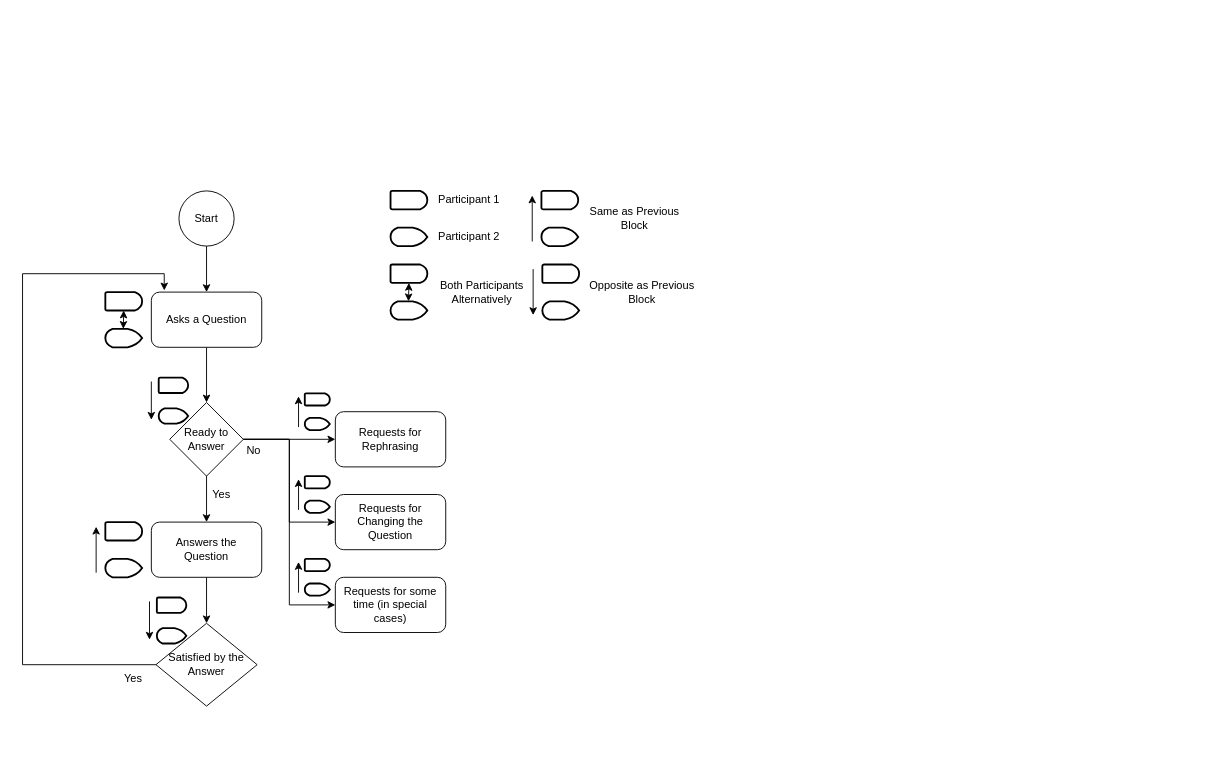
Above: Untitled Diagram.drawio in Tanmay53/shastrarth (draw.io), before the change. Source tidied: cells renumbered, new cells numbered last; positions are measured from the earlier drawing's top-left corner, leaving out a move shared by most shapes. Both pictures are drawn from the tidied source at 92%, with x=0, y=0 at pixel (22, 186).
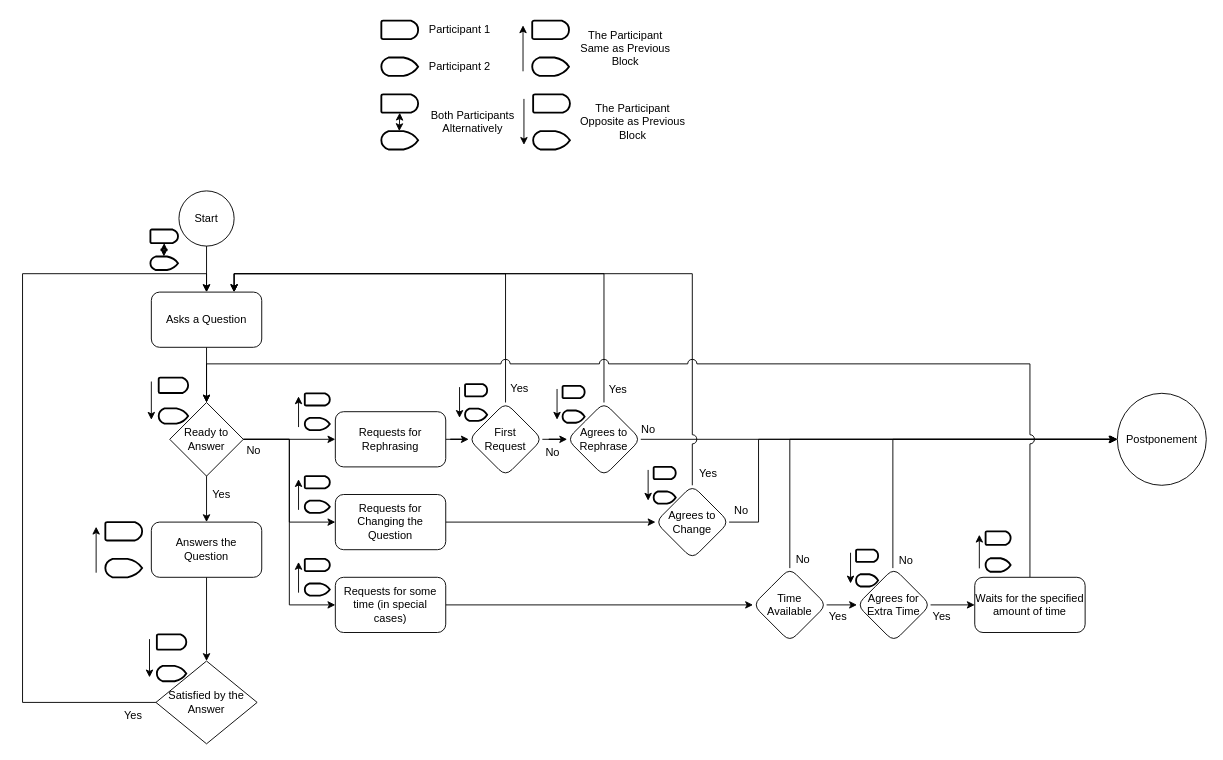
Above is the later version.

Commit message:
Ready To Answer (No) Case Handled till Postponement in Flowchart

Unchanged cells that the change refers to:
```xml
<mxCell id="10" value="Asks a Question" style="rounded=1;whiteSpace=wrap;html=1;" parent="1" vertex="1">
  <mxGeometry x="140" y="115" width="120" height="60" as="geometry" />
</mxCell>
<mxCell id="23" value="Ready to Answer" style="rhombus;whiteSpace=wrap;html=1;" parent="1" vertex="1">
  <mxGeometry x="160" y="235" width="80" height="80" as="geometry" />
</mxCell>
<mxCell id="52" value="Requests for Rephrasing" style="rounded=1;whiteSpace=wrap;html=1;" parent="1" vertex="1">
  <mxGeometry x="340" y="245" width="120" height="60" as="geometry" />
</mxCell>
<mxCell id="54" value="Requests for Changing the Question" style="rounded=1;whiteSpace=wrap;html=1;" parent="1" vertex="1">
  <mxGeometry x="340" y="335" width="120" height="60" as="geometry" />
</mxCell>
<mxCell id="55" value="Requests for some time (in special cases)" style="rounded=1;whiteSpace=wrap;html=1;" parent="1" vertex="1">
  <mxGeometry x="340" y="425" width="120" height="60" as="geometry" />
</mxCell>
```

Change to the diagram source:
```diff
@@
     <mxCell id="4" style="strokeWidth=2;html=1;shape=mxgraph.flowchart.delay;whiteSpace=wrap;" parent="1" vertex="1">
-      <mxGeometry x="400" y="5" width="40" height="20" as="geometry" />
+      <mxGeometry x="390" y="-180" width="40" height="20" as="geometry" />
     </mxCell>
     <mxCell id="5" value="Participant 1" style="text;html=1;align=center;verticalAlign=middle;strokeColor=none;fillColor=none;" parent="1" vertex="1">
-      <mxGeometry x="440" width="90" height="30" as="geometry" />
+      <mxGeometry x="430" y="-185" width="90" height="30" as="geometry" />
     </mxCell>
     <mxCell id="6" style="strokeWidth=2;html=1;shape=mxgraph.flowchart.display;whiteSpace=wrap;rotation=-180;" parent="1" vertex="1">
-      <mxGeometry x="400" y="45" width="40" height="20" as="geometry" />
+      <mxGeometry x="390" y="-140" width="40" height="20" as="geometry" />
     </mxCell>
     <mxCell id="7" value="Participant 2" style="text;html=1;align=center;verticalAlign=middle;strokeColor=none;fillColor=none;" parent="1" vertex="1">
-      <mxGeometry x="440" y="40" width="90" height="30" as="geometry" />
+      <mxGeometry x="430" y="-145" width="90" height="30" as="geometry" />
     </mxCell>
@@
     <mxCell id="11" style="group;" parent="1" vertex="1">
-      <mxGeometry x="400" y="85" width="40" height="60" as="geometry" />
+      <mxGeometry x="390" y="-100" width="40" height="60" as="geometry" />
     </mxCell>
@@
     <mxCell id="15" value="Both Participants &lt;br&gt;Alternatively" style="text;html=1;align=center;verticalAlign=middle;strokeColor=none;fillColor=none;" parent="1" vertex="1">
-      <mxGeometry x="444" y="95" width="110" height="40" as="geometry" />
+      <mxGeometry x="434" y="-90" width="110" height="40" as="geometry" />
     </mxCell>
     <mxCell id="16" style="group;" parent="1" vertex="1">
-      <mxGeometry x="90" y="115" width="40" height="60" as="geometry" />
+      <mxGeometry x="139" y="47" width="30" height="44" as="geometry" />
     </mxCell>
     <mxCell id="17" style="strokeWidth=2;html=1;shape=mxgraph.flowchart.delay;whiteSpace=wrap;" parent="16" vertex="1">
-      <mxGeometry width="40" height="20" as="geometry" />
+      <mxGeometry width="30" height="14.7" as="geometry" />
     </mxCell>
     <mxCell id="18" style="strokeWidth=2;html=1;shape=mxgraph.flowchart.display;whiteSpace=wrap;rotation=-180;" parent="16" vertex="1">
-      <mxGeometry y="40" width="40" height="20" as="geometry" />
+      <mxGeometry y="29.3" width="30" height="14.7" as="geometry" />
     </mxCell>
     <mxCell id="19" style="endArrow=classic;startArrow=classic;html=1;rounded=0;" parent="16" edge="1">
       <mxGeometry relative="1" as="geometry">
-        <mxPoint x="19.5" y="40" as="sourcePoint" />
-        <mxPoint x="20" y="20" as="targetPoint" />
+        <mxPoint x="14.6" y="29.3" as="sourcePoint" />
+        <mxPoint x="15" y="14.7" as="targetPoint" />
       </mxGeometry>
     </mxCell>
@@
-    <mxCell id="28" value="Same as Previous&lt;br&gt;Block" style="text;html=1;align=center;verticalAlign=middle;strokeColor=none;fillColor=none;" parent="1" vertex="1">
-      <mxGeometry x="605" y="15" width="120" height="40" as="geometry" />
+    <mxCell id="28" value="The Participant &lt;br&gt;Same as Previous&lt;br&gt;Block" style="text;html=1;align=center;verticalAlign=middle;strokeColor=none;fillColor=none;" parent="1" vertex="1">
+      <mxGeometry x="595" y="-180" width="120" height="60" as="geometry" />
     </mxCell>
     <mxCell id="29" style="group;" parent="1" vertex="1">
-      <mxGeometry x="554" y="5" width="50" height="60" as="geometry" />
+      <mxGeometry x="544" y="-180" width="50" height="60" as="geometry" />
     </mxCell>
@@
-    <mxCell id="33" value="Opposite as Previous&lt;br&gt;Block" style="text;html=1;align=center;verticalAlign=middle;strokeColor=none;fillColor=none;" parent="1" vertex="1">
-      <mxGeometry x="603" y="95" width="140" height="40" as="geometry" />
+    <mxCell id="33" value="The Participant &lt;br&gt;Opposite as Previous&lt;br&gt;Block" style="text;html=1;align=center;verticalAlign=middle;strokeColor=none;fillColor=none;" parent="1" vertex="1">
+      <mxGeometry x="593" y="-100" width="140" height="60" as="geometry" />
     </mxCell>
     <mxCell id="34" style="group;" parent="1" vertex="1">
-      <mxGeometry x="555" y="85" width="50" height="60" as="geometry" />
+      <mxGeometry x="545" y="-100" width="50" height="60" as="geometry" />
     </mxCell>
@@
-    <mxCell id="45" style="edgeStyle=orthogonalEdgeStyle;rounded=0;jettySize=auto;html=1;entryX=0.117;entryY=-0.03;entryDx=0;entryDy=0;entryPerimeter=0;" parent="1" edge="1" source="46" target="10">
+    <mxCell id="45" style="edgeStyle=orthogonalEdgeStyle;rounded=0;jettySize=auto;html=1;entryX=0.5;entryY=0;entryDx=0;entryDy=0;exitX=0;exitY=0.5;exitDx=0;exitDy=0;" parent="1" edge="1" source="46" target="10">
       <mxGeometry relative="1" as="geometry">
         <Array as="points">
-          <mxPoint y="520" />
+          <mxPoint y="561" />
           <mxPoint y="95" />
-          <mxPoint x="154" y="95" />
+          <mxPoint x="200" y="95" />
         </Array>
       </mxGeometry>
     </mxCell>
     <mxCell id="46" value="Satisfied by the Answer" style="rhombus;whiteSpace=wrap;html=1;" parent="1" vertex="1">
-      <mxGeometry x="145" y="475" width="110" height="90" as="geometry" />
+      <mxGeometry x="145" y="516" width="110" height="90" as="geometry" />
     </mxCell>
     <mxCell id="47" style="group;" parent="1" vertex="1">
-      <mxGeometry x="138" y="447" width="40" height="50" as="geometry" />
+      <mxGeometry x="138" y="487" width="40" height="50" as="geometry" />
     </mxCell>
@@
     <mxCell id="49" style="strokeWidth=2;html=1;shape=mxgraph.flowchart.display;whiteSpace=wrap;rotation=-180;" parent="47" vertex="1">
-      <mxGeometry x="8" y="33.3" width="32" height="16.7" as="geometry" />
+      <mxGeometry x="8" y="34.3" width="32" height="16.7" as="geometry" />
     </mxCell>
     <mxCell id="50" style="endArrow=classic;html=1;rounded=0;" parent="47" edge="1">
       <mxGeometry relative="1" as="geometry">
-        <mxPoint y="4.2" as="sourcePoint" />
-        <mxPoint y="45.8" as="targetPoint" />
+        <mxPoint y="5.2" as="sourcePoint" />
+        <mxPoint y="46.8" as="targetPoint" />
       </mxGeometry>
     </mxCell>
     <mxCell id="51" value="Yes" style="text;html=1;align=center;verticalAlign=middle;strokeColor=none;fillColor=none;" parent="1" vertex="1">
-      <mxGeometry x="100" y="520" width="40" height="30" as="geometry" />
+      <mxGeometry x="100" y="561" width="40" height="30" as="geometry" />
     </mxCell>
+    <mxCell id="69" style="edgeStyle=orthogonalEdgeStyle;rounded=0;jettySize=auto;html=1;" parent="1" edge="1" source="52" target="74">
+      <mxGeometry relative="1" as="geometry" />
+    </mxCell>
@@
+    <mxCell id="70" style="edgeStyle=orthogonalEdgeStyle;rounded=0;jettySize=auto;html=1;" parent="1" edge="1" source="54" target="92">
+      <mxGeometry relative="1" as="geometry" />
+    </mxCell>
@@
+    <mxCell id="71" style="edgeStyle=elbowEdgeStyle;rounded=0;jumpStyle=arc;jettySize=auto;html=1;" parent="1" edge="1" source="55" target="102">
+      <mxGeometry relative="1" as="geometry" />
+    </mxCell>
@@
+    <mxCell id="72" style="edgeStyle=orthogonalEdgeStyle;rounded=0;jettySize=auto;html=1;entryX=0.75;entryY=0;entryDx=0;entryDy=0;exitX=0.5;exitY=0;exitDx=0;exitDy=0;" parent="1" edge="1" source="74" target="10">
+      <mxGeometry relative="1" as="geometry">
+        <Array as="points">
+          <mxPoint x="525" y="95" />
+          <mxPoint x="230" y="95" />
+        </Array>
+      </mxGeometry>
+    </mxCell>
+    <mxCell id="73" style="edgeStyle=orthogonalEdgeStyle;rounded=0;jettySize=auto;html=1;" parent="1" edge="1" source="74" target="78">
+      <mxGeometry relative="1" as="geometry" />
+    </mxCell>
+    <mxCell id="74" value="First&lt;br&gt;Request" style="rhombus;whiteSpace=wrap;html=1;rounded=1;" parent="1" vertex="1">
+      <mxGeometry x="485" y="235" width="80" height="80" as="geometry" />
+    </mxCell>
+    <mxCell id="75" value="Yes" style="text;html=1;align=center;verticalAlign=middle;strokeColor=none;fillColor=none;" parent="1" vertex="1">
+      <mxGeometry x="520" y="205" width="40" height="30" as="geometry" />
+    </mxCell>
+    <mxCell id="76" style="edgeStyle=orthogonalEdgeStyle;rounded=0;jettySize=auto;html=1;exitX=0.5;exitY=0;exitDx=0;exitDy=0;" parent="1" edge="1" source="78">
+      <mxGeometry relative="1" as="geometry">
+        <mxPoint x="230" y="115" as="targetPoint" />
+        <Array as="points">
+          <mxPoint x="632" y="95" />
+          <mxPoint x="230" y="95" />
+        </Array>
+      </mxGeometry>
+    </mxCell>
+    <mxCell id="77" style="edgeStyle=orthogonalEdgeStyle;rounded=0;jettySize=auto;html=1;" parent="1" edge="1" source="78" target="89">
+      <mxGeometry relative="1" as="geometry" />
+    </mxCell>
+    <mxCell id="78" value="Agrees to Rephrase" style="rhombus;whiteSpace=wrap;html=1;rounded=1;" parent="1" vertex="1">
+      <mxGeometry x="592" y="235" width="80" height="80" as="geometry" />
+    </mxCell>
+    <mxCell id="79" style="group;" parent="1" vertex="1">
+      <mxGeometry x="581" y="217" width="30" height="40" as="geometry" />
+    </mxCell>
+    <mxCell id="80" style="strokeWidth=2;html=1;shape=mxgraph.flowchart.delay;whiteSpace=wrap;" parent="79" vertex="1">
+      <mxGeometry x="6" width="24" height="13.3" as="geometry" />
+    </mxCell>
+    <mxCell id="81" style="strokeWidth=2;html=1;shape=mxgraph.flowchart.display;whiteSpace=wrap;rotation=-180;" parent="79" vertex="1">
+      <mxGeometry x="6" y="26.7" width="24" height="13.3" as="geometry" />
+    </mxCell>
+    <mxCell id="82" style="endArrow=classic;html=1;rounded=0;" parent="79" edge="1">
+      <mxGeometry relative="1" as="geometry">
+        <mxPoint y="3.3" as="sourcePoint" />
+        <mxPoint y="36.7" as="targetPoint" />
+      </mxGeometry>
+    </mxCell>
+    <mxCell id="83" value="No" style="text;html=1;align=center;verticalAlign=middle;strokeColor=none;fillColor=none;" parent="1" vertex="1">
+      <mxGeometry x="556" y="275" width="40" height="30" as="geometry" />
+    </mxCell>
+    <mxCell id="84" style="group;" parent="1" vertex="1">
+      <mxGeometry x="475" y="215" width="30" height="40" as="geometry" />
+    </mxCell>
+    <mxCell id="85" style="strokeWidth=2;html=1;shape=mxgraph.flowchart.delay;whiteSpace=wrap;" parent="84" vertex="1">
+      <mxGeometry x="6" width="24" height="13.3" as="geometry" />
+    </mxCell>
+    <mxCell id="86" style="strokeWidth=2;html=1;shape=mxgraph.flowchart.display;whiteSpace=wrap;rotation=-180;" parent="84" vertex="1">
+      <mxGeometry x="6" y="26.7" width="24" height="13.3" as="geometry" />
+    </mxCell>
+    <mxCell id="87" style="endArrow=classic;html=1;rounded=0;" parent="84" edge="1">
+      <mxGeometry relative="1" as="geometry">
+        <mxPoint y="3.3" as="sourcePoint" />
+        <mxPoint y="36.7" as="targetPoint" />
+      </mxGeometry>
+    </mxCell>
+    <mxCell id="88" value="Yes" style="text;html=1;align=center;verticalAlign=middle;strokeColor=none;fillColor=none;" parent="1" vertex="1">
+      <mxGeometry x="627" y="206" width="40" height="30" as="geometry" />
+    </mxCell>
+    <mxCell id="89" value="Postponement" style="ellipse;whiteSpace=wrap;html=1;rounded=1;" parent="1" vertex="1">
+      <mxGeometry x="1190" y="225" width="96.7" height="100" as="geometry" />
+    </mxCell>
+    <mxCell id="90" style="edgeStyle=orthogonalEdgeStyle;rounded=0;jettySize=auto;html=1;exitX=0.5;exitY=0;exitDx=0;exitDy=0;entryX=0.75;entryY=0;entryDx=0;entryDy=0;jumpStyle=arc;jumpSize=10;" parent="1" edge="1" source="92" target="10">
+      <mxGeometry relative="1" as="geometry">
+        <Array as="points">
+          <mxPoint x="728" y="95" />
+          <mxPoint x="230" y="95" />
+        </Array>
+      </mxGeometry>
+    </mxCell>
+    <mxCell id="91" style="edgeStyle=elbowEdgeStyle;rounded=0;jettySize=auto;html=1;entryX=0;entryY=0.5;entryDx=0;entryDy=0;" parent="1" edge="1" source="92" target="89">
+      <mxGeometry relative="1" as="geometry">
+        <Array as="points">
+          <mxPoint x="800" y="315" />
+        </Array>
+      </mxGeometry>
+    </mxCell>
+    <mxCell id="92" value="Agrees to Change" style="rhombus;whiteSpace=wrap;html=1;rounded=1;" parent="1" vertex="1">
+      <mxGeometry x="688" y="325" width="80" height="80" as="geometry" />
+    </mxCell>
+    <mxCell id="93" style="group;" parent="1" vertex="1">
+      <mxGeometry x="680" y="305" width="30" height="40" as="geometry" />
+    </mxCell>
+    <mxCell id="94" style="strokeWidth=2;html=1;shape=mxgraph.flowchart.delay;whiteSpace=wrap;" parent="93" vertex="1">
+      <mxGeometry x="6" width="24" height="13.3" as="geometry" />
+    </mxCell>
+    <mxCell id="95" style="strokeWidth=2;html=1;shape=mxgraph.flowchart.display;whiteSpace=wrap;rotation=-180;" parent="93" vertex="1">
+      <mxGeometry x="6" y="26.7" width="24" height="13.3" as="geometry" />
+    </mxCell>
+    <mxCell id="96" style="endArrow=classic;html=1;rounded=0;" parent="93" edge="1">
+      <mxGeometry relative="1" as="geometry">
+        <mxPoint y="3.3" as="sourcePoint" />
+        <mxPoint y="36.7" as="targetPoint" />
+      </mxGeometry>
+    </mxCell>
+    <mxCell id="97" value="Yes" style="text;html=1;align=center;verticalAlign=middle;strokeColor=none;fillColor=none;" parent="1" vertex="1">
+      <mxGeometry x="725" y="297" width="40" height="30" as="geometry" />
+    </mxCell>
+    <mxCell id="98" value="No" style="text;html=1;align=center;verticalAlign=middle;strokeColor=none;fillColor=none;" parent="1" vertex="1">
+      <mxGeometry x="660" y="250" width="40" height="30" as="geometry" />
+    </mxCell>
+    <mxCell id="99" value="No" style="text;html=1;align=center;verticalAlign=middle;strokeColor=none;fillColor=none;" parent="1" vertex="1">
+      <mxGeometry x="761" y="338" width="40" height="30" as="geometry" />
+    </mxCell>
+    <mxCell id="100" style="edgeStyle=elbowEdgeStyle;rounded=0;jumpStyle=arc;jettySize=auto;html=1;" parent="1" edge="1" source="102" target="106">
+      <mxGeometry relative="1" as="geometry" />
+    </mxCell>
+    <mxCell id="101" style="edgeStyle=elbowEdgeStyle;rounded=0;jumpStyle=arc;jettySize=auto;html=1;entryX=0;entryY=0.5;entryDx=0;entryDy=0;exitX=0.5;exitY=0;exitDx=0;exitDy=0;" parent="1" edge="1" source="102" target="89">
+      <mxGeometry relative="1" as="geometry">
+        <Array as="points">
+          <mxPoint x="834" y="345" />
+        </Array>
+      </mxGeometry>
+    </mxCell>
+    <mxCell id="102" value="Time&lt;br&gt;Available" style="rhombus;whiteSpace=wrap;html=1;rounded=1;" parent="1" vertex="1">
+      <mxGeometry x="794" y="415" width="80" height="80" as="geometry" />
+    </mxCell>
+    <mxCell id="103" value="Yes" style="text;html=1;align=center;verticalAlign=middle;strokeColor=none;fillColor=none;" parent="1" vertex="1">
+      <mxGeometry x="866" y="453" width="40" height="30" as="geometry" />
+    </mxCell>
+    <mxCell id="104" style="edgeStyle=elbowEdgeStyle;rounded=0;jumpStyle=arc;jettySize=auto;html=1;jumpSize=10;" parent="1" edge="1" source="106" target="109">
+      <mxGeometry relative="1" as="geometry" />
+    </mxCell>
+    <mxCell id="105" style="edgeStyle=elbowEdgeStyle;rounded=0;jumpStyle=arc;orthogonalLoop=1;jettySize=auto;html=1;entryX=0;entryY=0.5;entryDx=0;entryDy=0;exitX=0.5;exitY=0;exitDx=0;exitDy=0;" parent="1" edge="1">
+      <mxGeometry relative="1" as="geometry">
+        <mxPoint x="946" y="415" as="sourcePoint" />
+        <mxPoint x="1189" y="275" as="targetPoint" />
+        <Array as="points">
+          <mxPoint x="946" y="345" />
+        </Array>
+      </mxGeometry>
+    </mxCell>
+    <mxCell id="106" value="Agrees for Extra Time" style="rhombus;whiteSpace=wrap;html=1;rounded=1;" parent="1" vertex="1">
+      <mxGeometry x="907" y="415" width="80" height="80" as="geometry" />
+    </mxCell>
+    <mxCell id="107" value="No" style="text;html=1;align=center;verticalAlign=middle;strokeColor=none;fillColor=none;" parent="1" vertex="1">
+      <mxGeometry x="828" y="391" width="40" height="30" as="geometry" />
+    </mxCell>
+    <mxCell id="108" style="edgeStyle=elbowEdgeStyle;rounded=0;jumpStyle=arc;jumpSize=10;jettySize=auto;html=1;entryX=0.5;entryY=0;entryDx=0;entryDy=0;exitX=0.5;exitY=0;exitDx=0;exitDy=0;" parent="1" edge="1" source="109" target="23">
+      <mxGeometry relative="1" as="geometry">
+        <Array as="points">
+          <mxPoint x="200" y="193" />
+        </Array>
+      </mxGeometry>
+    </mxCell>
+    <mxCell id="109" value="Waits for the specified amount of time" style="whiteSpace=wrap;html=1;rounded=1;" parent="1" vertex="1">
+      <mxGeometry x="1035" y="425" width="120" height="60" as="geometry" />
+    </mxCell>
+    <mxCell id="110" value="Yes" style="text;html=1;align=center;verticalAlign=middle;strokeColor=none;fillColor=none;" parent="1" vertex="1">
+      <mxGeometry x="979" y="453" width="40" height="30" as="geometry" />
+    </mxCell>
+    <mxCell id="111" value="No" style="text;html=1;align=center;verticalAlign=middle;strokeColor=none;fillColor=none;" parent="1" vertex="1">
+      <mxGeometry x="940" y="392" width="40" height="30" as="geometry" />
+    </mxCell>
+    <mxCell id="112" style="group;" parent="1" vertex="1">
+      <mxGeometry x="900" y="395" width="30" height="40" as="geometry" />
+    </mxCell>
+    <mxCell id="113" style="strokeWidth=2;html=1;shape=mxgraph.flowchart.delay;whiteSpace=wrap;" parent="112" vertex="1">
+      <mxGeometry x="6" width="24" height="13.3" as="geometry" />
+    </mxCell>
+    <mxCell id="114" style="strokeWidth=2;html=1;shape=mxgraph.flowchart.display;whiteSpace=wrap;rotation=-180;" parent="112" vertex="1">
+      <mxGeometry x="6" y="26.7" width="24" height="13.3" as="geometry" />
+    </mxCell>
+    <mxCell id="115" style="endArrow=classic;html=1;rounded=0;" parent="112" edge="1">
+      <mxGeometry relative="1" as="geometry">
+        <mxPoint y="3.3" as="sourcePoint" />
+        <mxPoint y="36.7" as="targetPoint" />
+      </mxGeometry>
+    </mxCell>
+    <mxCell id="116" style="group;" parent="1" vertex="1">
+      <mxGeometry x="1040" y="375" width="34" height="44" as="geometry" />
+    </mxCell>
+    <mxCell id="117" style="strokeWidth=2;html=1;shape=mxgraph.flowchart.delay;whiteSpace=wrap;" parent="116" vertex="1">
+      <mxGeometry x="6.8" width="27.2" height="14.7" as="geometry" />
+    </mxCell>
+    <mxCell id="118" style="strokeWidth=2;html=1;shape=mxgraph.flowchart.display;whiteSpace=wrap;rotation=-180;" parent="116" vertex="1">
+      <mxGeometry x="6.8" y="29.3" width="27.2" height="14.7" as="geometry" />
+    </mxCell>
+    <mxCell id="119" style="endArrow=classic;html=1;rounded=0;" parent="116" edge="1">
+      <mxGeometry relative="1" as="geometry">
+        <mxPoint y="40.3" as="sourcePoint" />
+        <mxPoint y="3.7" as="targetPoint" />
+      </mxGeometry>
+    </mxCell>
```
